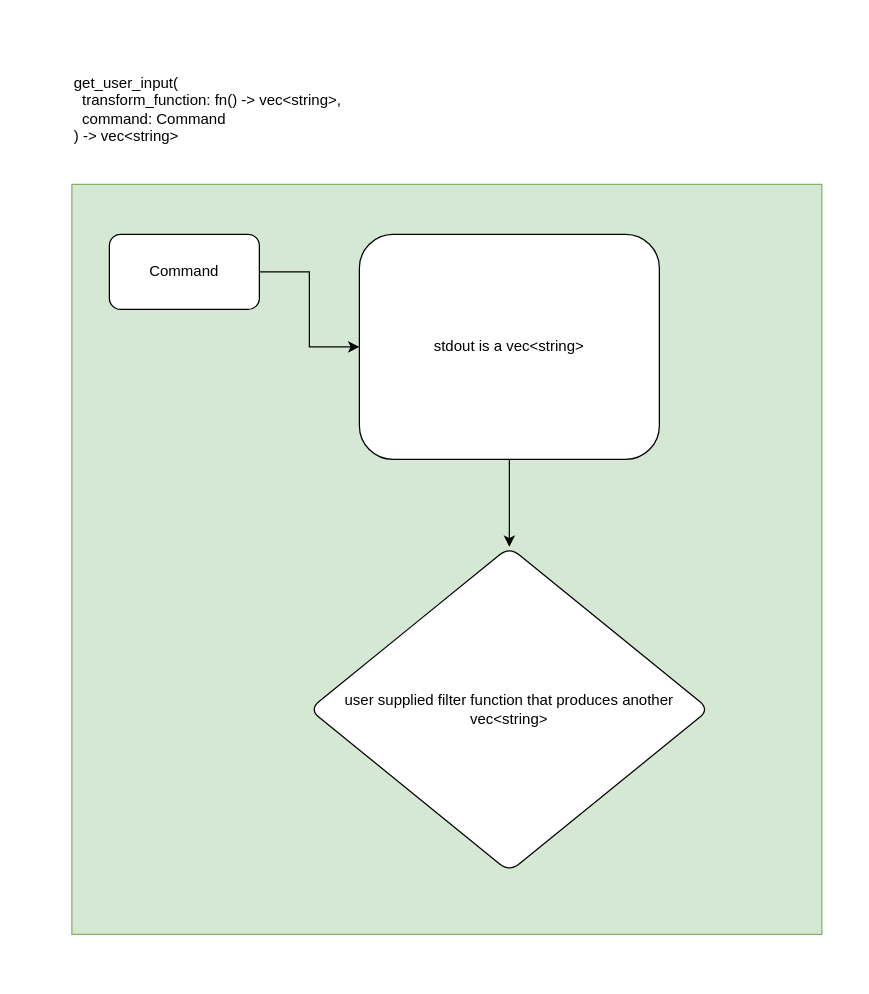
This is tuify_function_arch.drawio from r3bl-org/diagrams, a draw.io file, before an edit. Source tidied: cells renumbered, new cells numbered last; positions are measured from the earlier drawing's top-left corner, leaving out a move shared by most shapes. Both pictures are drawn from the tidied source at 125%, with x=0, y=0 at pixel (71, 59).
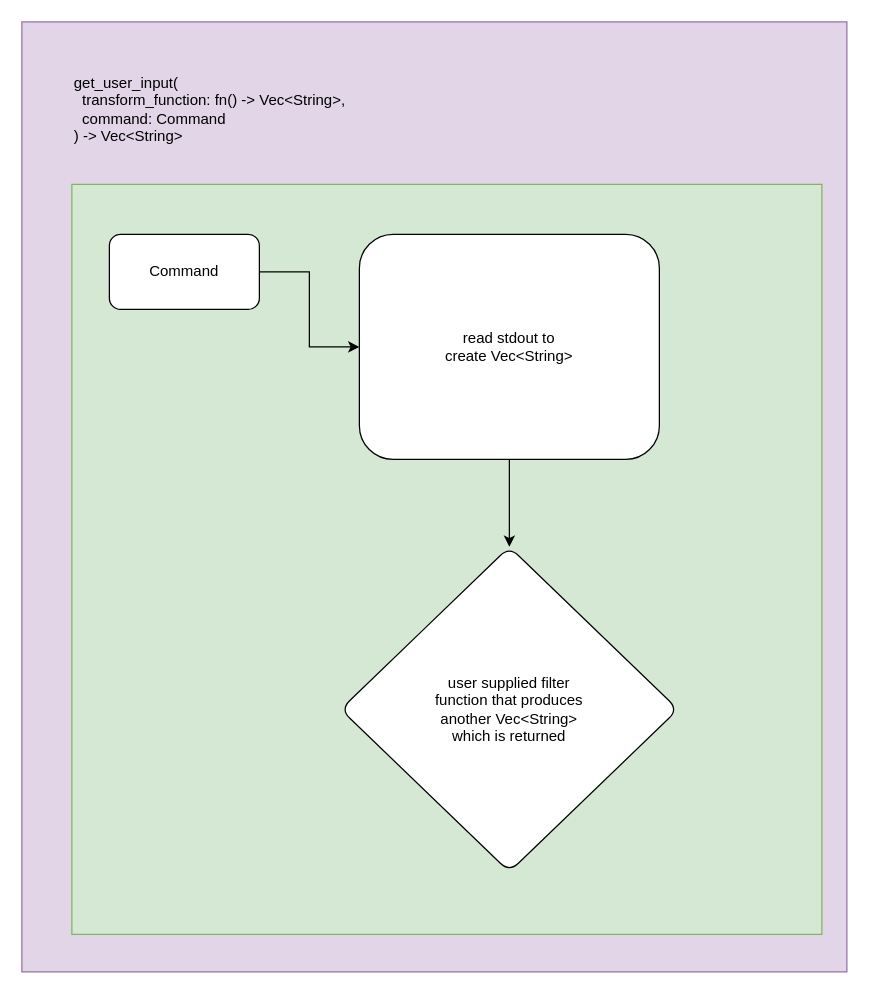
The same page after the edit.

Diff of the diagram source:
```diff
@@
 <mxGraphModel>
   <root>
     <mxCell id="0" />
     <mxCell id="1" parent="0" />
+    <mxCell id="10" style="rounded=0;whiteSpace=wrap;html=1;glass=0;shadow=0;strokeColor=#9673a6;gradientDirection=north;fillColor=#e1d5e7;fillStyle=auto;" parent="1" vertex="1">
+      <mxGeometry x="-40" y="-30" width="660" height="760" as="geometry" />
+    </mxCell>
     <mxCell id="2" style="whiteSpace=wrap;html=1;fillColor=#d5e8d4;strokeColor=#82b366;" parent="1" vertex="1">
       <mxGeometry y="100" width="600" height="600" as="geometry" />
     </mxCell>
     <mxCell id="3" style="edgeStyle=orthogonalEdgeStyle;rounded=0;jettySize=auto;html=1;" parent="1" edge="1" source="4" target="6">
       <mxGeometry relative="1" as="geometry" />
     </mxCell>
     <mxCell id="4" value="Command" style="rounded=1;whiteSpace=wrap;html=1;" parent="1" vertex="1">
       <mxGeometry x="30" y="140" width="120" height="60" as="geometry" />
     </mxCell>
     <mxCell id="5" style="edgeStyle=orthogonalEdgeStyle;rounded=0;jettySize=auto;html=1;" parent="1" edge="1" source="6" target="7">
       <mxGeometry relative="1" as="geometry" />
     </mxCell>
-    <mxCell id="6" value="stdout is a vec&amp;lt;string&amp;gt;" style="rounded=1;whiteSpace=wrap;html=1;" parent="1" vertex="1">
+    <mxCell id="6" value="read stdout to&lt;br&gt;create Vec&amp;lt;String&amp;gt;" style="rounded=1;whiteSpace=wrap;html=1;" parent="1" vertex="1">
       <mxGeometry x="230" y="140" width="240" height="180" as="geometry" />
     </mxCell>
-    <mxCell id="7" value="user supplied filter function that produces another vec&amp;lt;string&amp;gt;" style="rhombus;whiteSpace=wrap;html=1;rounded=1;" parent="1" vertex="1">
-      <mxGeometry x="190" y="390" width="320" height="260" as="geometry" />
+    <mxCell id="7" value="user supplied filter &lt;br&gt;function that produces &lt;br&gt;another Vec&amp;lt;String&amp;gt;&lt;br&gt;which is returned" style="rhombus;whiteSpace=wrap;html=1;rounded=1;" parent="1" vertex="1">
+      <mxGeometry x="215" y="390" width="270" height="260" as="geometry" />
     </mxCell>
     <mxCell id="8" style="edgeStyle=orthogonalEdgeStyle;rounded=0;orthogonalLoop=1;jettySize=auto;html=1;exitX=0.5;exitY=1;exitDx=0;exitDy=0;" parent="1" edge="1" source="2" target="2">
       <mxGeometry relative="1" as="geometry" />
     </mxCell>
-    <mxCell id="9" value="get_user_input(&lt;br&gt;&lt;div style=&quot;&quot;&gt;&lt;span style=&quot;background-color: initial; color: rgb(0, 0, 0); font-family: Helvetica; --darkreader-inline-bgcolor: initial; --darkreader-inline-color: #e8e6e3;&quot;&gt;&amp;nbsp; transform_function: fn() -&amp;gt; vec&amp;lt;string&amp;gt;,&amp;nbsp;&lt;/span&gt;&lt;/div&gt;&lt;div style=&quot;&quot;&gt;&lt;span style=&quot;background-color: initial; color: rgb(0, 0, 0); font-family: Helvetica; --darkreader-inline-bgcolor: initial; --darkreader-inline-color: #e8e6e3;&quot;&gt;&amp;nbsp; command: Command&lt;/span&gt;&lt;/div&gt;&lt;div style=&quot;&quot;&gt;&lt;span style=&quot;background-color: initial; color: rgb(0, 0, 0); font-family: Helvetica; --darkreader-inline-bgcolor: initial; --darkreader-inline-color: #e8e6e3;&quot;&gt;) -&amp;gt; vec&amp;lt;string&amp;gt;&lt;/span&gt;&lt;/div&gt;" style="text;html=1;align=left;verticalAlign=middle;strokeColor=none;fillColor=none;" parent="1" vertex="1">
+    <mxCell id="9" value="get_user_input(&lt;br&gt;&lt;div style=&quot;&quot;&gt;&lt;span style=&quot;background-color: initial; color: rgb(0, 0, 0); font-family: Helvetica; --darkreader-inline-bgcolor: initial; --darkreader-inline-color: #e8e6e3;&quot;&gt;&amp;nbsp; transform_function: fn() -&amp;gt; Vec&lt;/span&gt;&lt;span style=&quot;background-color: initial; color: rgb(0, 0, 0); font-family: Helvetica; --darkreader-inline-bgcolor: initial; --darkreader-inline-color: #e8e6e3;&quot;&gt;&amp;lt;String&amp;gt;,&amp;nbsp;&lt;/span&gt;&lt;/div&gt;&lt;div style=&quot;&quot;&gt;&lt;span style=&quot;background-color: initial; color: rgb(0, 0, 0); font-family: Helvetica; --darkreader-inline-bgcolor: initial; --darkreader-inline-color: #e8e6e3;&quot;&gt;&amp;nbsp; command: Command&lt;/span&gt;&lt;/div&gt;&lt;div style=&quot;&quot;&gt;&lt;span style=&quot;background-color: initial; color: rgb(0, 0, 0); font-family: Helvetica; --darkreader-inline-bgcolor: initial; --darkreader-inline-color: #e8e6e3;&quot;&gt;) -&amp;gt; Vec&amp;lt;String&amp;gt;&lt;/span&gt;&lt;/div&gt;" style="text;html=1;align=left;verticalAlign=middle;strokeColor=none;fillColor=none;" parent="1" vertex="1">
       <mxGeometry width="370" height="80" as="geometry" />
     </mxCell>
   </root>
 </mxGraphModel>
```
